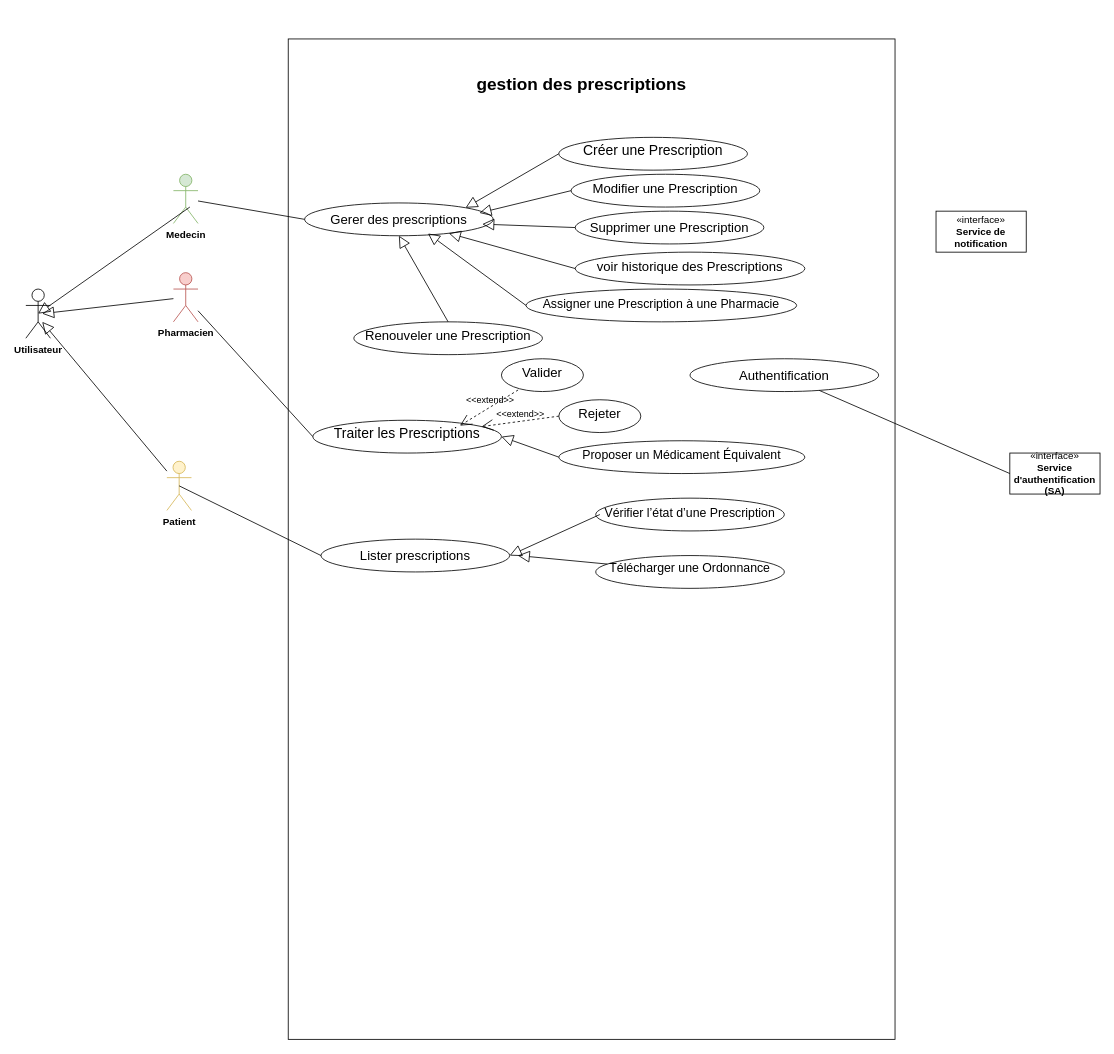
Above: Diagramme use case Global.drawio in siwar630/Conception-pfe (draw.io), before the change. Source tidied: cells renumbered, new cells numbered last; positions are measured from the earlier drawing's top-left corner, leaving out a move shared by most shapes. Both pictures are drawn from the tidied source at 82%, with x=0, y=0 at pixel (25, 39).
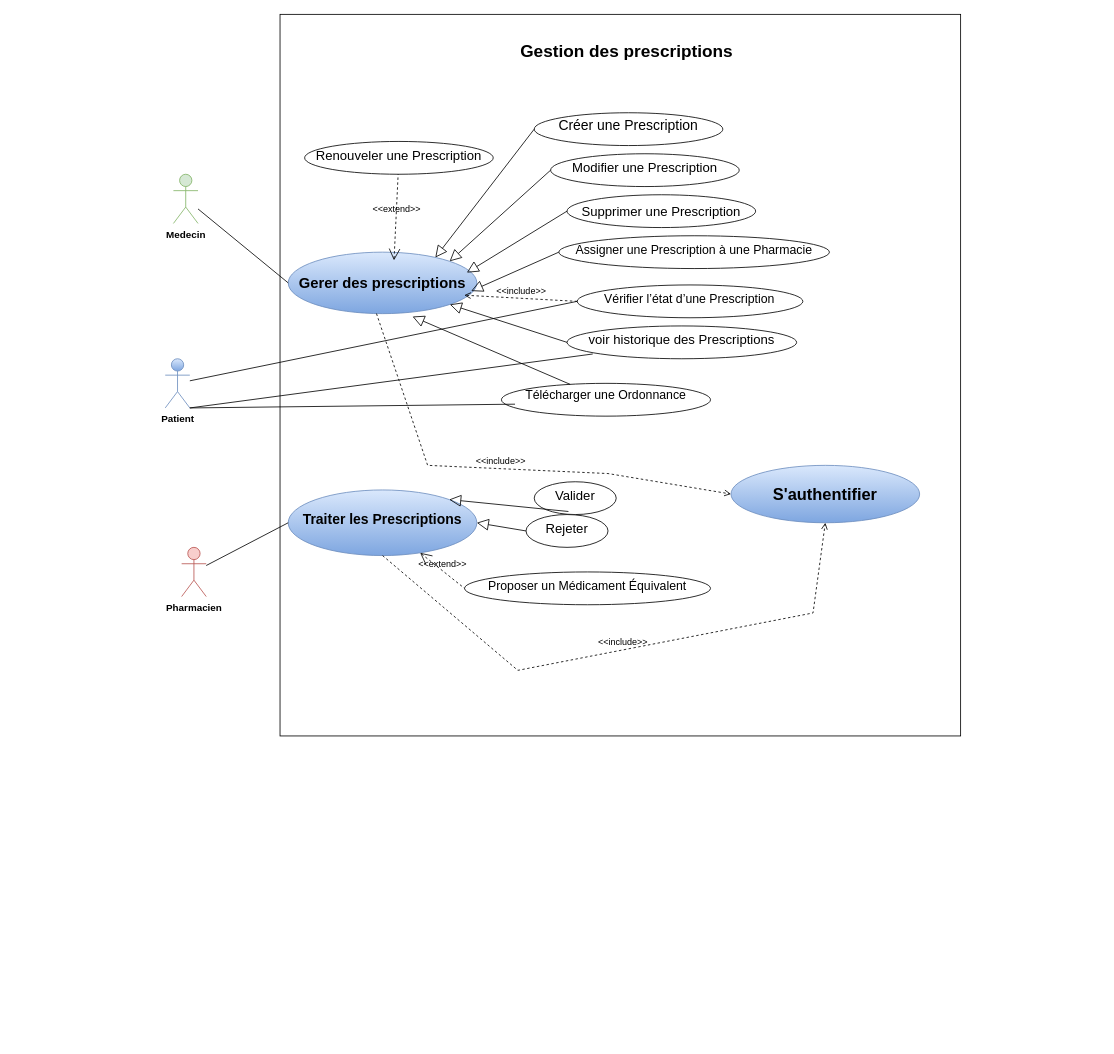
After the change.

Commit message (it also covers changes not shown here):
Mettre à jour Diagramme use case Global.drawio

Change to the diagram source:
```diff
@@
     <mxCell id="2" style="html=1;whiteSpace=wrap;" parent="1" vertex="1">
-      <mxGeometry x="320" width="740" height="1220" as="geometry" />
+      <mxGeometry x="310" y="-30" width="830" height="880" as="geometry" />
     </mxCell>
-    <mxCell id="3" value="&lt;b&gt;&lt;font style=&quot;font-size: 21px;&quot;&gt;&amp;nbsp;gestion des prescriptions&lt;/font&gt;&lt;/b&gt;" style="text;html=1;align=center;verticalAlign=middle;whiteSpace=wrap;rounded=0;" parent="1" vertex="1">
-      <mxGeometry x="480" y="40" width="390" height="30" as="geometry" />
+    <mxCell id="3" value="&lt;b&gt;&lt;font style=&quot;font-size: 21px;&quot;&gt;&amp;nbsp;Gestion des prescriptions&lt;/font&gt;&lt;/b&gt;" style="text;html=1;align=center;verticalAlign=middle;whiteSpace=wrap;rounded=0;" parent="1" vertex="1">
+      <mxGeometry x="535" width="390" height="30" as="geometry" />
     </mxCell>
@@
     <mxCell id="5" value="&lt;b&gt;Pharmacien&lt;/b&gt;" style="shape=umlActor;verticalLabelPosition=bottom;verticalAlign=top;html=1;outlineConnect=0;fillColor=#f8cecc;strokeColor=#b85450;" parent="1" vertex="1">
-      <mxGeometry x="180" y="285" width="30" height="60" as="geometry" />
+      <mxGeometry x="190" y="620" width="30" height="60" as="geometry" />
     </mxCell>
-    <mxCell id="6" value="&lt;b&gt;Patient&lt;/b&gt;" style="shape=umlActor;verticalLabelPosition=bottom;verticalAlign=top;html=1;outlineConnect=0;fillColor=#fff2cc;strokeColor=#d6b656;" parent="1" vertex="1">
-      <mxGeometry x="172" y="515" width="30" height="60" as="geometry" />
+    <mxCell id="6" value="&lt;b&gt;Patient&lt;/b&gt;" style="shape=umlActor;verticalLabelPosition=bottom;verticalAlign=top;html=1;outlineConnect=0;fillColor=#dae8fc;strokeColor=#6c8ebf;gradientColor=#7ea6e0;" parent="1" vertex="1">
+      <mxGeometry x="170" y="390" width="30" height="60" as="geometry" />
     </mxCell>
-    <mxCell id="7" value="«interface»&lt;br&gt;&lt;b&gt;Service de notification&lt;/b&gt;" style="html=1;whiteSpace=wrap;" parent="1" vertex="1">
-      <mxGeometry x="1110" y="210" width="110" height="50" as="geometry" />
-    </mxCell>
-    <mxCell id="8" value="&lt;font style=&quot;font-size: 16px;&quot;&gt;Gerer des prescriptions&lt;/font&gt;" style="ellipse;whiteSpace=wrap;html=1;align=center;" parent="1" vertex="1">
-      <mxGeometry x="340" y="200" width="230" height="40" as="geometry" />
+    <mxCell id="8" value="&lt;font style=&quot;font-size: 18px;&quot;&gt;&lt;b style=&quot;&quot;&gt;Gerer des prescriptions&lt;/b&gt;&lt;/font&gt;" style="ellipse;whiteSpace=wrap;html=1;align=center;fillColor=#dae8fc;gradientColor=#7ea6e0;strokeColor=#6c8ebf;" parent="1" vertex="1">
+      <mxGeometry x="320" y="260" width="230" height="75" as="geometry" />
     </mxCell>
-    <mxCell id="9" value="&lt;span style=&quot;font-size: 16px;&quot;&gt;Authentification&lt;/span&gt;" style="ellipse;whiteSpace=wrap;html=1;align=center;" parent="1" vertex="1">
-      <mxGeometry x="810" y="390" width="230" height="40" as="geometry" />
+    <mxCell id="9" value="&lt;b style=&quot;&quot;&gt;&lt;font style=&quot;font-size: 20px;&quot;&gt;S'authentifier&lt;/font&gt;&lt;/b&gt;" style="ellipse;whiteSpace=wrap;html=1;align=center;fillColor=#dae8fc;gradientColor=#7ea6e0;strokeColor=#6c8ebf;" parent="1" vertex="1">
+      <mxGeometry x="860" y="520" width="230" height="70" as="geometry" />
     </mxCell>
-    <mxCell id="10" value="«interface»&lt;br&gt;&lt;b&gt;Service d'authentification (SA)&lt;/b&gt;" style="html=1;whiteSpace=wrap;" parent="1" vertex="1">
-      <mxGeometry x="1200" y="505" width="110" height="50" as="geometry" />
-    </mxCell>
-    <mxCell id="11" style="edgeStyle=none;html=1;endArrow=none;verticalAlign=bottom;rounded=0;entryX=0;entryY=0.5;entryDx=0;entryDy=0;" parent="1" edge="1" source="9" target="10">
-      <mxGeometry relative="1" as="geometry" />
-    </mxCell>
-    <mxCell id="12" value="&lt;b&gt;Utilisateur&lt;/b&gt;" style="shape=umlActor;verticalLabelPosition=bottom;verticalAlign=top;html=1;outlineConnect=0;" parent="1" vertex="1">
-      <mxGeometry y="305" width="30" height="60" as="geometry" />
-    </mxCell>
-    <mxCell id="13" style="edgeStyle=none;html=1;endArrow=block;endFill=0;endSize=12;verticalAlign=bottom;rounded=0;entryX=0.5;entryY=0.5;entryDx=0;entryDy=0;entryPerimeter=0;" parent="1" edge="1" target="12">
-      <mxGeometry relative="1" as="geometry">
-        <mxPoint x="200" y="205" as="sourcePoint" />
-      </mxGeometry>
-    </mxCell>
-    <mxCell id="14" style="edgeStyle=none;html=1;endArrow=block;endFill=0;endSize=12;verticalAlign=bottom;rounded=0;" parent="1" edge="1" source="5">
-      <mxGeometry relative="1" as="geometry">
-        <mxPoint x="20" y="335" as="targetPoint" />
-      </mxGeometry>
-    </mxCell>
-    <mxCell id="15" style="edgeStyle=none;html=1;endArrow=block;endFill=0;endSize=12;verticalAlign=bottom;rounded=0;" parent="1" edge="1" source="6">
-      <mxGeometry relative="1" as="geometry">
-        <mxPoint x="20" y="345" as="targetPoint" />
-      </mxGeometry>
-    </mxCell>
     <mxCell id="16" value="&lt;table&gt;&lt;tbody&gt;&lt;tr&gt;&lt;td&gt;&lt;font style=&quot;font-size: 16px;&quot;&gt;Supprimer une Prescription&lt;/font&gt;&lt;/td&gt;&lt;/tr&gt;&lt;/tbody&gt;&lt;/table&gt;&lt;table&gt;&lt;tbody&gt;&lt;tr&gt;&lt;/tr&gt;&lt;/tbody&gt;&lt;/table&gt;" style="ellipse;whiteSpace=wrap;html=1;align=center;" parent="1" vertex="1">
-      <mxGeometry x="670" y="210" width="230" height="40" as="geometry" />
+      <mxGeometry x="660" y="190" width="230" height="40" as="geometry" />
     </mxCell>
     <mxCell id="17" value="&lt;table&gt;&lt;tbody&gt;&lt;tr&gt;&lt;td&gt;&lt;font style=&quot;font-size: 16px;&quot;&gt;Modifier une Prescription&lt;/font&gt;&lt;/td&gt;&lt;/tr&gt;&lt;/tbody&gt;&lt;/table&gt;&lt;table&gt;&lt;tbody&gt;&lt;tr&gt;&lt;td&gt;&lt;/td&gt;&lt;/tr&gt;&lt;/tbody&gt;&lt;/table&gt;" style="ellipse;whiteSpace=wrap;html=1;align=center;" parent="1" vertex="1">
-      <mxGeometry x="665" y="165" width="230" height="40" as="geometry" />
+      <mxGeometry x="640" y="140" width="230" height="40" as="geometry" />
     </mxCell>
     <mxCell id="18" value="&lt;table&gt;&lt;tbody&gt;&lt;tr&gt;&lt;td&gt;&lt;font style=&quot;font-size: 17px;&quot;&gt;Créer une Prescription&lt;/font&gt;&lt;/td&gt;&lt;/tr&gt;&lt;/tbody&gt;&lt;/table&gt;&lt;table&gt;&lt;tbody&gt;&lt;tr&gt;&lt;td&gt;&lt;/td&gt;&lt;/tr&gt;&lt;/tbody&gt;&lt;/table&gt;" style="ellipse;whiteSpace=wrap;html=1;align=center;" parent="1" vertex="1">
-      <mxGeometry x="650" y="120" width="230" height="40" as="geometry" />
+      <mxGeometry x="620" y="90" width="230" height="40" as="geometry" />
     </mxCell>
     <mxCell id="19" value="&lt;table&gt;&lt;tbody&gt;&lt;tr&gt;&lt;td&gt;&lt;font style=&quot;font-size: 16px;&quot;&gt;Renouveler une Prescription&lt;/font&gt;&lt;/td&gt;&lt;/tr&gt;&lt;/tbody&gt;&lt;/table&gt;&lt;table&gt;&lt;tbody&gt;&lt;tr&gt;&lt;td&gt;&lt;/td&gt;&lt;/tr&gt;&lt;/tbody&gt;&lt;/table&gt;" style="ellipse;whiteSpace=wrap;html=1;align=center;" parent="1" vertex="1">
-      <mxGeometry x="400" y="345" width="230" height="40" as="geometry" />
+      <mxGeometry x="340" y="125" width="230" height="40" as="geometry" />
     </mxCell>
     <mxCell id="20" value="&lt;table&gt;&lt;tbody&gt;&lt;tr&gt;&lt;td&gt;&lt;font style=&quot;font-size: 15px;&quot;&gt;Assigner une Prescription à une Pharmacie&lt;/font&gt;&lt;/td&gt;&lt;/tr&gt;&lt;/tbody&gt;&lt;/table&gt;&lt;table&gt;&lt;tbody&gt;&lt;tr&gt;&lt;td&gt;&lt;/td&gt;&lt;/tr&gt;&lt;/tbody&gt;&lt;/table&gt;" style="ellipse;whiteSpace=wrap;html=1;align=center;" parent="1" vertex="1">
-      <mxGeometry x="610" y="305" width="330" height="40" as="geometry" />
+      <mxGeometry x="650" y="240" width="330" height="40" as="geometry" />
     </mxCell>
-    <mxCell id="21" value="&lt;font style=&quot;font-size: 16px;&quot;&gt;Lister prescriptions&lt;/font&gt;" style="ellipse;whiteSpace=wrap;html=1;align=center;" parent="1" vertex="1">
-      <mxGeometry x="360" y="610" width="230" height="40" as="geometry" />
-    </mxCell>
     <mxCell id="22" value="&lt;table&gt;&lt;tbody&gt;&lt;tr&gt;&lt;td&gt;&lt;table&gt;&lt;tbody&gt;&lt;tr&gt;&lt;td&gt;&lt;font style=&quot;font-size: 16px;&quot;&gt;Valider&lt;/font&gt;&lt;/td&gt;&lt;/tr&gt;&lt;/tbody&gt;&lt;/table&gt;&lt;table&gt;&lt;tbody&gt;&lt;tr&gt;&lt;td&gt;&lt;/td&gt;&lt;/tr&gt;&lt;/tbody&gt;&lt;/table&gt;&lt;table&gt;&lt;tbody&gt;&lt;tr&gt;&lt;/tr&gt;&lt;/tbody&gt;&lt;/table&gt;&lt;/td&gt;&lt;/tr&gt;&lt;/tbody&gt;&lt;/table&gt;" style="ellipse;whiteSpace=wrap;html=1;align=center;" parent="1" vertex="1">
-      <mxGeometry x="580" y="390" width="100" height="40" as="geometry" />
+      <mxGeometry x="620" y="540" width="100" height="40" as="geometry" />
     </mxCell>
-    <mxCell id="23" value="&lt;table&gt;&lt;tbody&gt;&lt;tr&gt;&lt;td&gt;&lt;table&gt;&lt;tbody&gt;&lt;tr&gt;&lt;td&gt;&lt;font style=&quot;font-size: 17px;&quot;&gt;Traiter les Prescriptions&lt;/font&gt;&lt;/td&gt;&lt;/tr&gt;&lt;/tbody&gt;&lt;/table&gt;&lt;table&gt;&lt;tbody&gt;&lt;tr&gt;&lt;td&gt;&lt;/td&gt;&lt;/tr&gt;&lt;/tbody&gt;&lt;/table&gt;&lt;table&gt;&lt;tbody&gt;&lt;tr&gt;&lt;/tr&gt;&lt;/tbody&gt;&lt;/table&gt;&lt;/td&gt;&lt;/tr&gt;&lt;/tbody&gt;&lt;/table&gt;" style="ellipse;whiteSpace=wrap;html=1;align=center;" parent="1" vertex="1">
-      <mxGeometry x="350" y="465" width="230" height="40" as="geometry" />
+    <mxCell id="23" value="&lt;table&gt;&lt;tbody&gt;&lt;tr&gt;&lt;td&gt;&lt;table&gt;&lt;tbody&gt;&lt;tr&gt;&lt;td&gt;&lt;font style=&quot;font-size: 17px;&quot;&gt;&lt;b&gt;Traiter les Prescriptions&lt;/b&gt;&lt;/font&gt;&lt;/td&gt;&lt;/tr&gt;&lt;/tbody&gt;&lt;/table&gt;&lt;table&gt;&lt;tbody&gt;&lt;tr&gt;&lt;td&gt;&lt;/td&gt;&lt;/tr&gt;&lt;/tbody&gt;&lt;/table&gt;&lt;table&gt;&lt;tbody&gt;&lt;tr&gt;&lt;/tr&gt;&lt;/tbody&gt;&lt;/table&gt;&lt;/td&gt;&lt;/tr&gt;&lt;/tbody&gt;&lt;/table&gt;" style="ellipse;whiteSpace=wrap;html=1;align=center;fillColor=#dae8fc;gradientColor=#7ea6e0;strokeColor=#6c8ebf;" parent="1" vertex="1">
+      <mxGeometry x="320" y="550" width="230" height="80" as="geometry" />
     </mxCell>
     <mxCell id="24" value="&lt;table&gt;&lt;tbody&gt;&lt;tr&gt;&lt;td&gt;&lt;table&gt;&lt;tbody&gt;&lt;tr&gt;&lt;td&gt;&lt;font style=&quot;font-size: 15px;&quot;&gt;Proposer un Médicament Équivalent&lt;/font&gt;&lt;/td&gt;&lt;/tr&gt;&lt;/tbody&gt;&lt;/table&gt;&lt;table&gt;&lt;tbody&gt;&lt;tr&gt;&lt;td&gt;&lt;/td&gt;&lt;/tr&gt;&lt;/tbody&gt;&lt;/table&gt;&lt;table&gt;&lt;tbody&gt;&lt;tr&gt;&lt;/tr&gt;&lt;/tbody&gt;&lt;/table&gt;&lt;/td&gt;&lt;/tr&gt;&lt;/tbody&gt;&lt;/table&gt;" style="ellipse;whiteSpace=wrap;html=1;align=center;" parent="1" vertex="1">
-      <mxGeometry x="650" y="490" width="300" height="40" as="geometry" />
+      <mxGeometry x="535" y="650" width="300" height="40" as="geometry" />
     </mxCell>
     <mxCell id="25" value="&lt;table&gt;&lt;tbody&gt;&lt;tr&gt;&lt;td&gt;&lt;table&gt;&lt;tbody&gt;&lt;tr&gt;&lt;td&gt;&lt;font style=&quot;font-size: 15px;&quot;&gt;Vérifier l’état d’une Prescription&lt;/font&gt;&lt;/td&gt;&lt;/tr&gt;&lt;/tbody&gt;&lt;/table&gt;&lt;table&gt;&lt;tbody&gt;&lt;tr&gt;&lt;td&gt;&lt;/td&gt;&lt;/tr&gt;&lt;/tbody&gt;&lt;/table&gt;&lt;table&gt;&lt;tbody&gt;&lt;tr&gt;&lt;/tr&gt;&lt;/tbody&gt;&lt;/table&gt;&lt;/td&gt;&lt;/tr&gt;&lt;/tbody&gt;&lt;/table&gt;" style="ellipse;whiteSpace=wrap;html=1;align=center;" parent="1" vertex="1">
-      <mxGeometry x="695" y="560" width="230" height="40" as="geometry" />
+      <mxGeometry x="672.4" y="300" width="275.2" height="40" as="geometry" />
     </mxCell>
     <mxCell id="26" value="&lt;table&gt;&lt;tbody&gt;&lt;tr&gt;&lt;td&gt;&lt;table&gt;&lt;tbody&gt;&lt;tr&gt;&lt;td&gt;&lt;span style=&quot;font-size: 16px;&quot;&gt;Rejeter&lt;/span&gt;&lt;/td&gt;&lt;/tr&gt;&lt;/tbody&gt;&lt;/table&gt;&lt;table&gt;&lt;tbody&gt;&lt;tr&gt;&lt;td&gt;&lt;/td&gt;&lt;/tr&gt;&lt;/tbody&gt;&lt;/table&gt;&lt;table&gt;&lt;tbody&gt;&lt;tr&gt;&lt;/tr&gt;&lt;/tbody&gt;&lt;/table&gt;&lt;/td&gt;&lt;/tr&gt;&lt;/tbody&gt;&lt;/table&gt;" style="ellipse;whiteSpace=wrap;html=1;align=center;" parent="1" vertex="1">
-      <mxGeometry x="650" y="440" width="100" height="40" as="geometry" />
+      <mxGeometry x="610" y="580" width="100" height="40" as="geometry" />
     </mxCell>
     <mxCell id="27" value="&lt;table&gt;&lt;tbody&gt;&lt;tr&gt;&lt;td&gt;&lt;table&gt;&lt;tbody&gt;&lt;tr&gt;&lt;td&gt;&lt;table&gt;&lt;tbody&gt;&lt;tr&gt;&lt;td&gt;&lt;font style=&quot;font-size: 15px;&quot;&gt;Télécharger une Ordonnance&lt;/font&gt;&lt;/td&gt;&lt;/tr&gt;&lt;/tbody&gt;&lt;/table&gt;&lt;table&gt;&lt;tbody&gt;&lt;tr&gt;&lt;td&gt;&lt;/td&gt;&lt;/tr&gt;&lt;/tbody&gt;&lt;/table&gt;&lt;/td&gt;&lt;/tr&gt;&lt;/tbody&gt;&lt;/table&gt;&lt;table&gt;&lt;tbody&gt;&lt;tr&gt;&lt;td&gt;&lt;/td&gt;&lt;/tr&gt;&lt;/tbody&gt;&lt;/table&gt;&lt;table&gt;&lt;tbody&gt;&lt;tr&gt;&lt;/tr&gt;&lt;/tbody&gt;&lt;/table&gt;&lt;/td&gt;&lt;/tr&gt;&lt;/tbody&gt;&lt;/table&gt;" style="ellipse;whiteSpace=wrap;html=1;align=center;" parent="1" vertex="1">
-      <mxGeometry x="695" y="630" width="230" height="40" as="geometry" />
+      <mxGeometry x="580" y="420" width="255" height="40" as="geometry" />
     </mxCell>
     <mxCell id="28" value="&lt;table&gt;&lt;tbody&gt;&lt;tr&gt;&lt;td&gt;&lt;table&gt;&lt;tbody&gt;&lt;tr&gt;&lt;td&gt;&lt;font style=&quot;font-size: 16px;&quot;&gt;voir historique des Prescriptions&lt;/font&gt;&lt;/td&gt;&lt;/tr&gt;&lt;/tbody&gt;&lt;/table&gt;&lt;table&gt;&lt;tbody&gt;&lt;tr&gt;&lt;td&gt;&lt;/td&gt;&lt;/tr&gt;&lt;/tbody&gt;&lt;/table&gt;&lt;table&gt;&lt;tbody&gt;&lt;tr&gt;&lt;/tr&gt;&lt;/tbody&gt;&lt;/table&gt;&lt;/td&gt;&lt;/tr&gt;&lt;/tbody&gt;&lt;/table&gt;" style="ellipse;whiteSpace=wrap;html=1;align=center;" parent="1" vertex="1">
-      <mxGeometry x="670" y="260" width="280" height="40" as="geometry" />
+      <mxGeometry x="660" y="350" width="280" height="40" as="geometry" />
     </mxCell>
-    <mxCell id="29" style="edgeStyle=none;html=1;endArrow=block;endFill=0;endSize=12;verticalAlign=bottom;rounded=0;entryX=1;entryY=0;entryDx=0;entryDy=0;exitX=0;exitY=0.5;exitDx=0;exitDy=0;" parent="1" edge="1" source="18" target="8">
+    <mxCell id="29" style="edgeStyle=none;html=1;endArrow=block;endFill=0;endSize=12;verticalAlign=bottom;rounded=0;entryX=0.78;entryY=0.087;entryDx=0;entryDy=0;exitX=0;exitY=0.5;exitDx=0;exitDy=0;entryPerimeter=0;" parent="1" edge="1" source="18" target="8">
       <mxGeometry relative="1" as="geometry" />
     </mxCell>
-    <mxCell id="30" style="edgeStyle=none;html=1;endArrow=block;endFill=0;endSize=12;verticalAlign=bottom;rounded=0;entryX=0.927;entryY=0.304;entryDx=0;entryDy=0;exitX=0;exitY=0.5;exitDx=0;exitDy=0;entryPerimeter=0;" parent="1" edge="1" source="17" target="8">
+    <mxCell id="30" style="edgeStyle=none;html=1;endArrow=block;endFill=0;endSize=12;verticalAlign=bottom;rounded=0;entryX=1;entryY=0;entryDx=0;entryDy=0;exitX=0;exitY=0.5;exitDx=0;exitDy=0;" parent="1" edge="1" source="17" target="8">
       <mxGeometry relative="1" as="geometry" />
     </mxCell>
-    <mxCell id="31" style="edgeStyle=none;html=1;endArrow=block;endFill=0;endSize=12;verticalAlign=bottom;rounded=0;entryX=0.942;entryY=0.646;entryDx=0;entryDy=0;entryPerimeter=0;exitX=0;exitY=0.5;exitDx=0;exitDy=0;" parent="1" edge="1" source="16" target="8">
+    <mxCell id="31" style="edgeStyle=none;html=1;endArrow=block;endFill=0;endSize=12;verticalAlign=bottom;rounded=0;exitX=0;exitY=0.5;exitDx=0;exitDy=0;entryX=0.947;entryY=0.333;entryDx=0;entryDy=0;entryPerimeter=0;" parent="1" edge="1" source="16" target="8">
       <mxGeometry relative="1" as="geometry" />
     </mxCell>
@@
-    <mxCell id="33" style="edgeStyle=none;html=1;endArrow=block;endFill=0;endSize=12;verticalAlign=bottom;rounded=0;entryX=0.654;entryY=0.932;entryDx=0;entryDy=0;entryPerimeter=0;exitX=0;exitY=0.5;exitDx=0;exitDy=0;" parent="1" edge="1" source="20" target="8">
+    <mxCell id="33" style="edgeStyle=none;html=1;endArrow=block;endFill=0;endSize=12;verticalAlign=bottom;rounded=0;exitX=0;exitY=0.5;exitDx=0;exitDy=0;entryX=0.97;entryY=0.632;entryDx=0;entryDy=0;entryPerimeter=0;" parent="1" edge="1" source="20" target="8">
       <mxGeometry relative="1" as="geometry" />
     </mxCell>
-    <mxCell id="34" style="edgeStyle=none;html=1;endArrow=block;endFill=0;endSize=12;verticalAlign=bottom;rounded=0;entryX=0.5;entryY=1;entryDx=0;entryDy=0;exitX=0.5;exitY=0;exitDx=0;exitDy=0;" parent="1" edge="1" source="19" target="8">
-      <mxGeometry relative="1" as="geometry" />
-    </mxCell>
@@
-    <mxCell id="36" style="edgeStyle=none;html=1;endArrow=none;verticalAlign=bottom;rounded=0;entryX=0;entryY=0.5;entryDx=0;entryDy=0;exitX=0.5;exitY=0.5;exitDx=0;exitDy=0;exitPerimeter=0;" parent="1" edge="1" source="6" target="21">
-      <mxGeometry relative="1" as="geometry" />
-    </mxCell>
@@
+    <mxCell id="40" style="edgeStyle=none;html=1;endArrow=block;endFill=0;endSize=12;verticalAlign=bottom;rounded=0;entryX=1;entryY=0;entryDx=0;entryDy=0;exitX=0.417;exitY=0.907;exitDx=0;exitDy=0;exitPerimeter=0;" parent="1" edge="1" source="22" target="23">
+      <mxGeometry relative="1" as="geometry" />
+    </mxCell>
+    <mxCell id="42" style="edgeStyle=none;html=1;endArrow=block;endFill=0;endSize=12;verticalAlign=bottom;rounded=0;entryX=0.659;entryY=1.047;entryDx=0;entryDy=0;entryPerimeter=0;" parent="1" edge="1" source="27" target="8">
+      <mxGeometry relative="1" as="geometry" />
+    </mxCell>
+    <mxCell id="43" value="&amp;lt;&amp;lt;include&amp;gt;&amp;gt;" style="edgeStyle=none;html=1;endArrow=open;verticalAlign=bottom;dashed=1;labelBackgroundColor=none;rounded=0;entryX=0.933;entryY=0.7;entryDx=0;entryDy=0;entryPerimeter=0;exitX=0;exitY=0.5;exitDx=0;exitDy=0;" parent="1" edge="1" source="25" target="8">
+      <mxGeometry relative="1" as="geometry" />
+    </mxCell>
-    <mxCell id="38" value="&amp;lt;&amp;lt;extend&amp;gt;&amp;gt;" style="edgeStyle=none;html=1;startArrow=open;endArrow=none;startSize=12;verticalAlign=bottom;dashed=1;labelBackgroundColor=none;rounded=0;exitX=0.78;exitY=0.164;exitDx=0;exitDy=0;exitPerimeter=0;" parent="1" edge="1" source="23" target="22">
-      <mxGeometry relative="1" as="geometry" />
+    <mxCell id="38" value="&amp;lt;&amp;lt;extend&amp;gt;&amp;gt;" style="edgeStyle=none;html=1;startArrow=open;endArrow=none;startSize=12;verticalAlign=bottom;dashed=1;labelBackgroundColor=none;rounded=0;" parent="1" edge="1" target="19">
+      <mxGeometry relative="1" as="geometry">
+        <mxPoint x="449" y="270" as="sourcePoint" />
+      </mxGeometry>
     </mxCell>
+    <mxCell id="44" value="&amp;lt;&amp;lt;include&amp;gt;&amp;gt;" style="edgeStyle=none;html=1;endArrow=open;verticalAlign=bottom;dashed=1;labelBackgroundColor=none;rounded=0;exitX=0.468;exitY=0.999;exitDx=0;exitDy=0;exitPerimeter=0;entryX=0;entryY=0.5;entryDx=0;entryDy=0;" parent="1" edge="1" source="8" target="9">
+      <mxGeometry relative="1" as="geometry">
+        <Array as="points">
+          <mxPoint x="490" y="520" />
+          <mxPoint x="710" y="530" />
+        </Array>
+      </mxGeometry>
+    </mxCell>
+    <mxCell id="45" style="edgeStyle=none;html=1;endArrow=none;verticalAlign=bottom;rounded=0;entryX=0;entryY=0.5;entryDx=0;entryDy=0;" parent="1" edge="1" source="6" target="25">
+      <mxGeometry relative="1" as="geometry" />
+    </mxCell>
+    <mxCell id="46" style="edgeStyle=none;html=1;endArrow=none;verticalAlign=bottom;rounded=0;exitX=1;exitY=1;exitDx=0;exitDy=0;exitPerimeter=0;entryX=0.112;entryY=0.855;entryDx=0;entryDy=0;entryPerimeter=0;" parent="1" edge="1" source="6" target="28">
+      <mxGeometry relative="1" as="geometry" />
+    </mxCell>
+    <mxCell id="47" style="edgeStyle=none;html=1;endArrow=none;verticalAlign=bottom;rounded=0;exitX=1;exitY=1;exitDx=0;exitDy=0;exitPerimeter=0;entryX=0.065;entryY=0.635;entryDx=0;entryDy=0;entryPerimeter=0;" parent="1" edge="1" source="6" target="27">
+      <mxGeometry relative="1" as="geometry" />
+    </mxCell>
+    <mxCell id="48" style="edgeStyle=none;html=1;endArrow=block;endFill=0;endSize=12;verticalAlign=bottom;rounded=0;entryX=1;entryY=0.5;entryDx=0;entryDy=0;exitX=0;exitY=0.5;exitDx=0;exitDy=0;" parent="1" edge="1" source="26" target="23">
+      <mxGeometry relative="1" as="geometry" />
+    </mxCell>
-    <mxCell id="39" value="&amp;lt;&amp;lt;extend&amp;gt;&amp;gt;" style="edgeStyle=none;html=1;startArrow=open;endArrow=none;startSize=12;verticalAlign=bottom;dashed=1;labelBackgroundColor=none;rounded=0;entryX=0;entryY=0.5;entryDx=0;entryDy=0;" parent="1" edge="1" source="23" target="26">
+    <mxCell id="39" value="&amp;lt;&amp;lt;extend&amp;gt;&amp;gt;" style="edgeStyle=none;html=1;startArrow=open;endArrow=none;startSize=12;verticalAlign=bottom;dashed=1;labelBackgroundColor=none;rounded=0;entryX=0;entryY=0.5;entryDx=0;entryDy=0;" parent="1" edge="1" source="23" target="24">
       <mxGeometry relative="1" as="geometry" />
     </mxCell>
-    <mxCell id="40" style="edgeStyle=none;html=1;endArrow=block;endFill=0;endSize=12;verticalAlign=bottom;rounded=0;entryX=1;entryY=0.5;entryDx=0;entryDy=0;exitX=0;exitY=0.5;exitDx=0;exitDy=0;" parent="1" edge="1" source="24" target="23">
-      <mxGeometry relative="1" as="geometry" />
-    </mxCell>
-    <mxCell id="41" style="edgeStyle=none;html=1;endArrow=block;endFill=0;endSize=12;verticalAlign=bottom;rounded=0;entryX=1;entryY=0.5;entryDx=0;entryDy=0;" parent="1" edge="1" target="21">
-      <mxGeometry relative="1" as="geometry">
-        <mxPoint x="700" y="580" as="sourcePoint" />
-      </mxGeometry>
-    </mxCell>
-    <mxCell id="42" style="edgeStyle=none;html=1;endArrow=block;endFill=0;endSize=12;verticalAlign=bottom;rounded=0;" parent="1" edge="1" source="27">
-      <mxGeometry relative="1" as="geometry">
-        <mxPoint x="600" y="630" as="targetPoint" />
-      </mxGeometry>
-    </mxCell>
+    <mxCell id="49" value="&amp;lt;&amp;lt;include&amp;gt;&amp;gt;" style="edgeStyle=none;html=1;endArrow=open;verticalAlign=bottom;dashed=1;labelBackgroundColor=none;rounded=0;exitX=0.5;exitY=1;exitDx=0;exitDy=0;entryX=0.5;entryY=1;entryDx=0;entryDy=0;" parent="1" edge="1" source="23" target="9">
+      <mxGeometry relative="1" as="geometry">
+        <Array as="points">
+          <mxPoint x="600" y="770" />
+          <mxPoint x="960" y="700" />
+        </Array>
+      </mxGeometry>
+    </mxCell>
```
